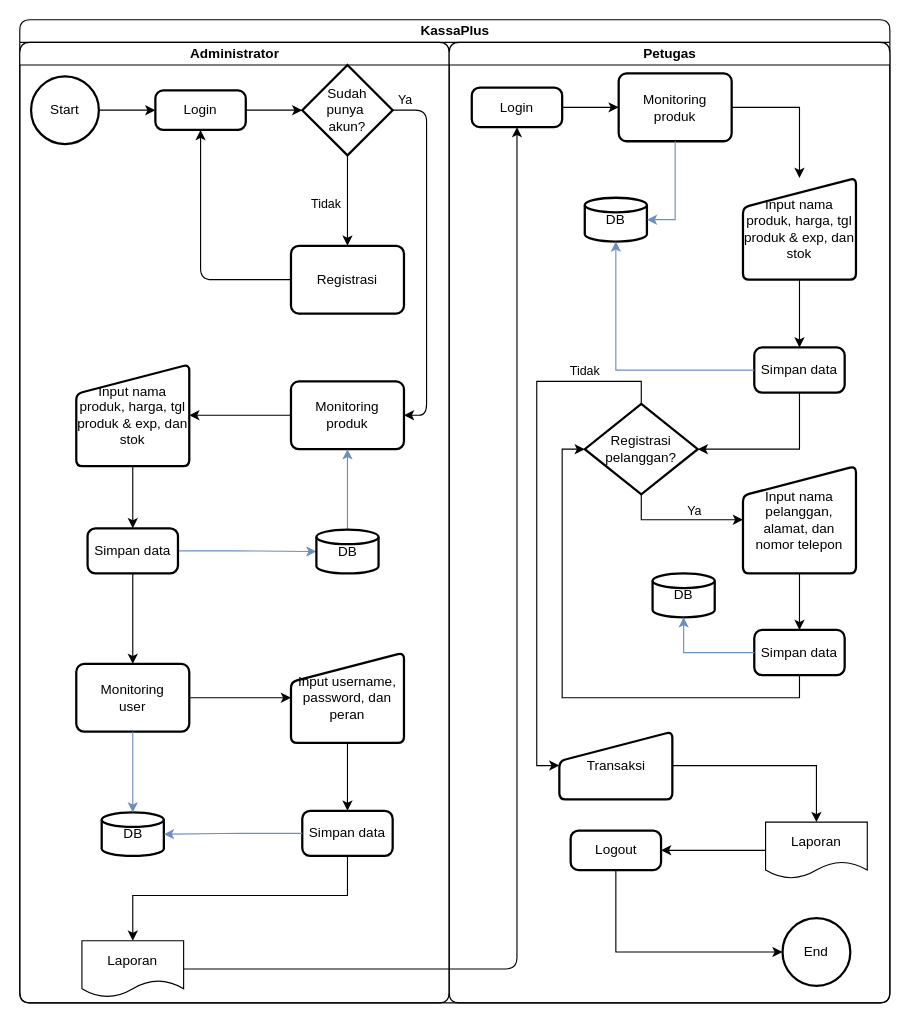
Earlier version of the draw.io diagram docs/flowchart.drawio (jenirasekar/P4-SPK-RPL). Source tidied: cells renumbered, new cells numbered last; positions are measured from the earlier drawing's top-left corner, leaving out a move shared by most shapes. Both pictures are drawn from the tidied source at 113%, with x=0, y=0 at pixel (19, 19).
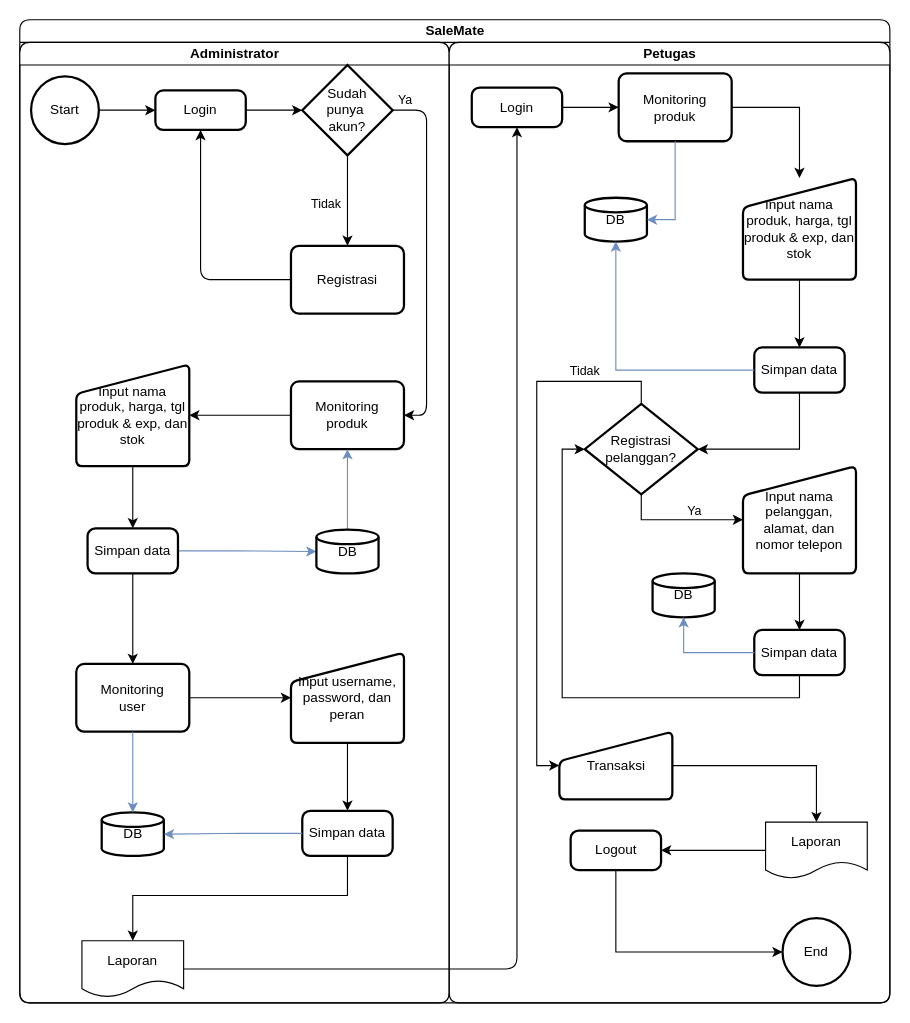
The same page after the edit.

Diff of the diagram source:
```diff
@@
-    <mxCell id="2" value="KassaPlus" style="swimlane;startSize=20;html=1;rounded=1;labelBackgroundColor=none;" parent="1" vertex="1">
+    <mxCell id="2" value="SaleMate" style="swimlane;startSize=20;html=1;rounded=1;labelBackgroundColor=none;" parent="1" vertex="1">
       <mxGeometry width="770" height="870" as="geometry" />
     </mxCell>
```
